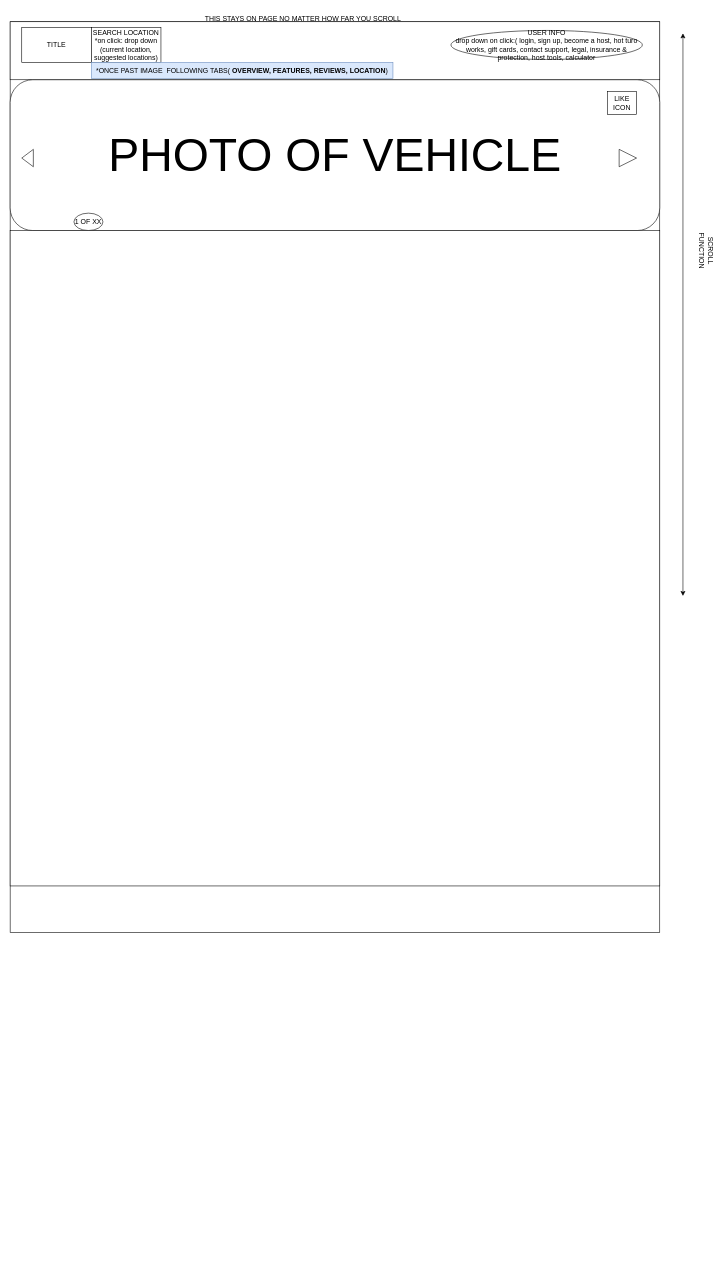
Earlier version of the draw.io diagram page "Page-2" (2 of 2) of Untitled Diagram.drawio (crose275/fec-turo). Source tidied: cells renumbered, new cells numbered last; positions are measured from the earlier drawing's top-left corner, leaving out a move shared by most shapes. Both pictures are drawn from the tidied source at 58%, with x=0, y=0 at pixel (10, 10).
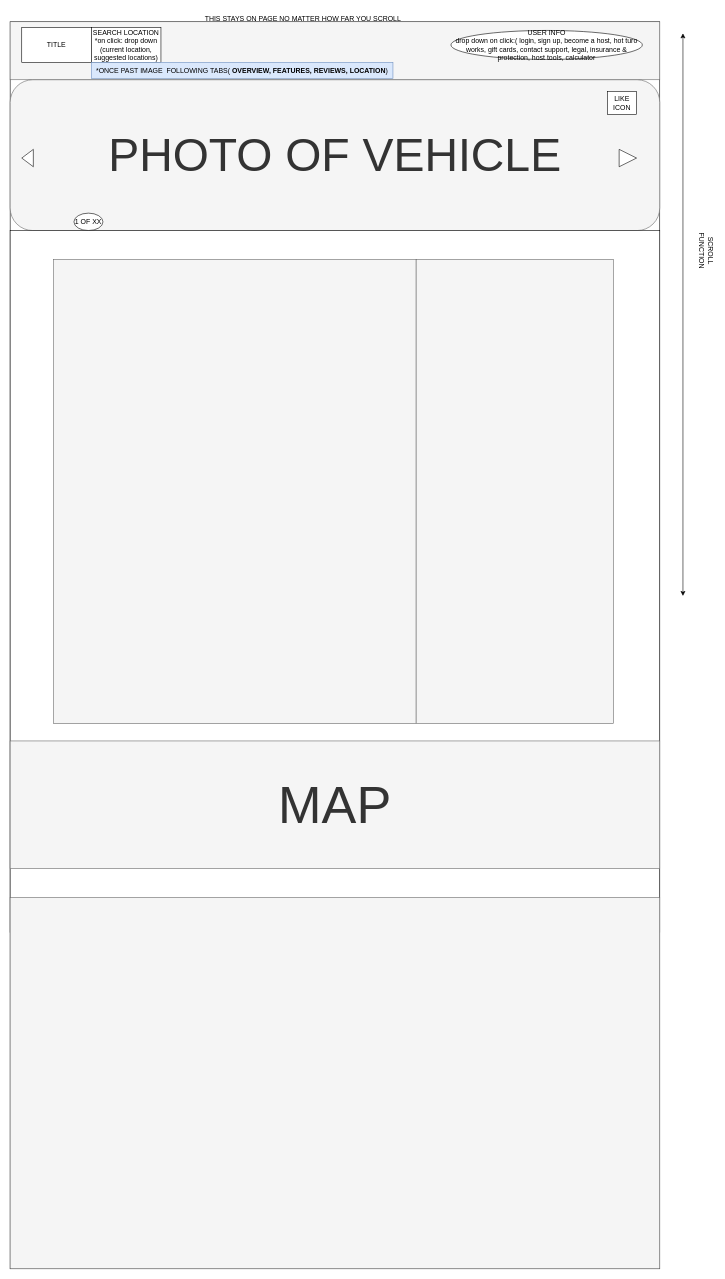
Above is the later version.

Change to the diagram source:
```diff
@@
-    <mxCell id="3" style="rounded=0;whiteSpace=wrap;html=1;" parent="1" vertex="1">
+    <mxCell id="3" style="rounded=0;whiteSpace=wrap;html=1;fillColor=#f5f5f5;fontColor=#333333;strokeColor=#666666;" parent="1" vertex="1">
       <mxGeometry y="20" width="1120" height="100" as="geometry" />
     </mxCell>
@@
-    <mxCell id="7" value="&lt;font style=&quot;font-size: 80px;&quot;&gt;PHOTO OF VEHICLE&lt;/font&gt;" style="rounded=1;whiteSpace=wrap;html=1;" parent="1" vertex="1">
+    <mxCell id="7" value="&lt;font style=&quot;font-size: 80px;&quot;&gt;PHOTO OF VEHICLE&lt;/font&gt;" style="rounded=1;whiteSpace=wrap;html=1;fillColor=#f5f5f5;fontColor=#333333;strokeColor=#666666;" parent="1" vertex="1">
       <mxGeometry y="120" width="1120" height="260" as="geometry" />
     </mxCell>
@@
     <mxCell id="16" style="rounded=0;whiteSpace=wrap;html=1;" parent="1" vertex="1">
-      <mxGeometry y="380" width="1120" height="1130" as="geometry" />
+      <mxGeometry y="380" width="1120" height="1790" as="geometry" />
     </mxCell>
+    <mxCell id="17" style="rounded=0;whiteSpace=wrap;html=1;fillColor=#f5f5f5;fontColor=#333333;strokeColor=#666666;" parent="1" vertex="1">
+      <mxGeometry x="75" y="430" width="625" height="800" as="geometry" />
+    </mxCell>
+    <mxCell id="18" value="&lt;font style=&quot;font-size: 90px;&quot;&gt;MAP&lt;/font&gt;" style="rounded=0;whiteSpace=wrap;html=1;fillColor=#f5f5f5;fontColor=#333333;strokeColor=#666666;" parent="1" vertex="1">
+      <mxGeometry y="1260" width="1120" height="220" as="geometry" />
+    </mxCell>
+    <mxCell id="19" style="rounded=0;whiteSpace=wrap;html=1;fillColor=#f5f5f5;fontColor=#333333;strokeColor=#666666;" parent="1" vertex="1">
+      <mxGeometry y="1530" width="1120" height="640" as="geometry" />
+    </mxCell>
+    <mxCell id="20" style="rounded=0;whiteSpace=wrap;html=1;fillColor=#f5f5f5;fontColor=#333333;strokeColor=#666666;" parent="1" vertex="1">
+      <mxGeometry x="700" y="430" width="340" height="800" as="geometry" />
+    </mxCell>
```
